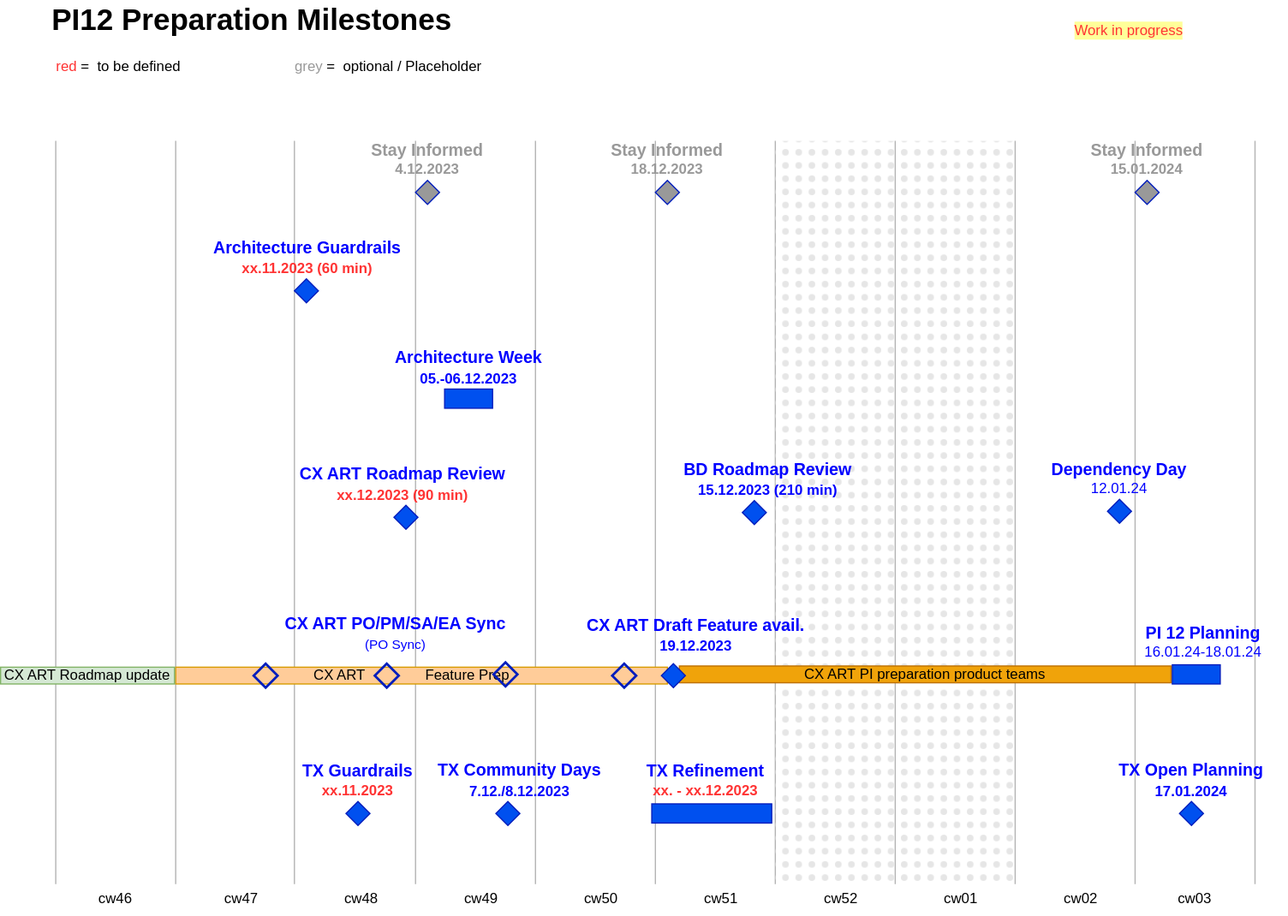
Before: PI12-Preparation-Timeline.drawio.svg, a diagram exported from draw.io (mabige/scratchpad). Source tidied: cells renumbered, new cells last; positions are measured from the earlier drawing's top-left corner, leaving out a move shared by most shapes.
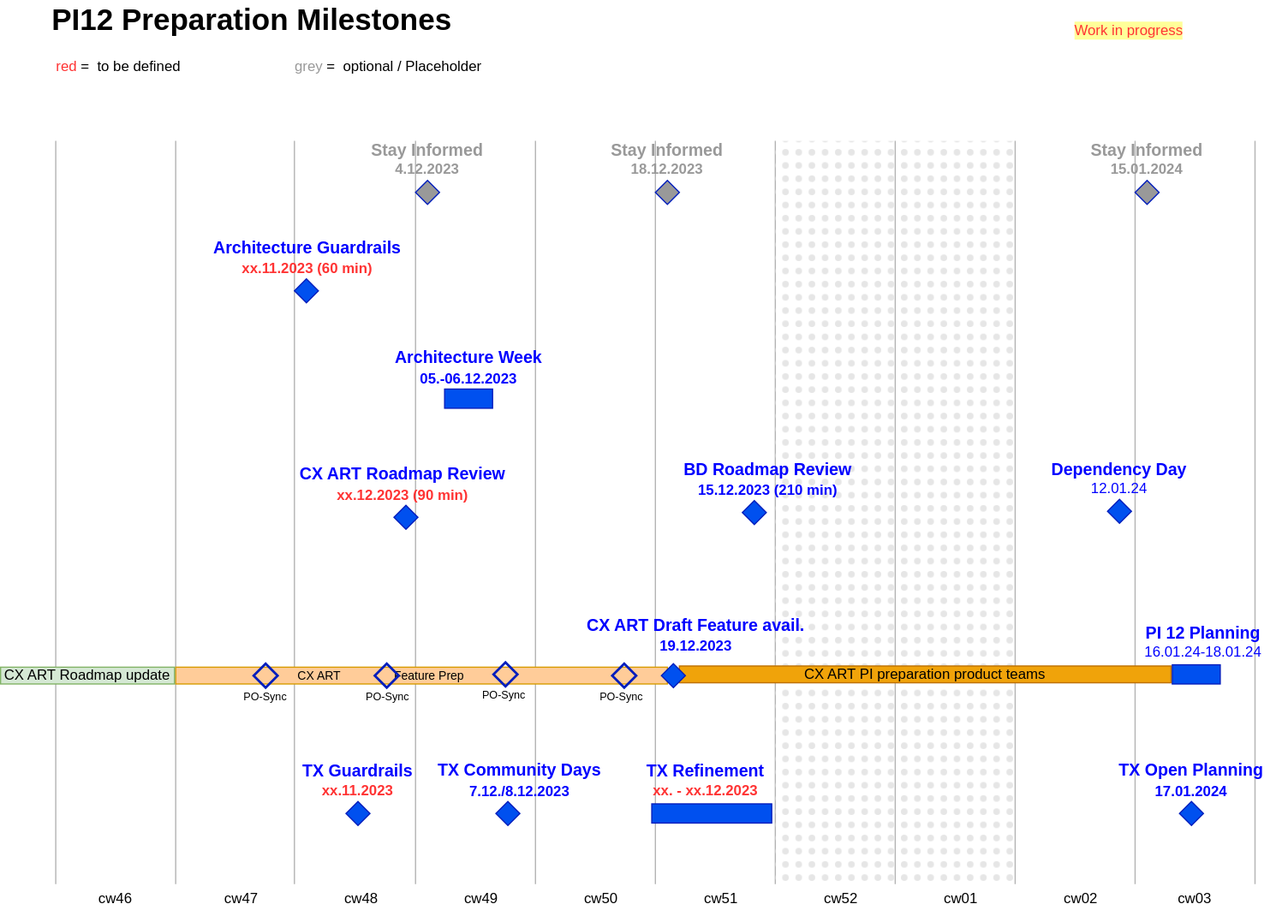
The same file after the commit.

Change to the diagram source:
```diff
@@ -179,9 +179,6 @@
     <mxCell id="49" style="rhombus;whiteSpace=wrap;html=1;fillColor=#0050ef;fontColor=#ffffff;strokeColor=#001DBC;" parent="1" vertex="1">
       <mxGeometry x="413" y="668" width="20" height="20" as="geometry" />
     </mxCell>
-    <mxCell id="50" value="&lt;div&gt;&lt;font style=&quot;font-size: 14px;&quot;&gt;CX ART PO/PM/SA/EA Sync&lt;/font&gt;&lt;font style=&quot;font-size: 14px;&quot;&gt;&lt;br&gt;&lt;/font&gt;&lt;font size=&quot;1&quot;&gt;&lt;span style=&quot;font-weight: normal; font-size: 11px;&quot;&gt;(PO Sync)&lt;/span&gt;&lt;/font&gt;&lt;font style=&quot;font-size: 14px;&quot;&gt;&lt;br&gt;&lt;/font&gt;&lt;font color=&quot;#ff3333&quot; style=&quot;font-size: 12px;&quot;&gt;&lt;font style=&quot;font-size: 12px;&quot;&gt;&lt;br&gt;&lt;/font&gt;&lt;/font&gt;&lt;/div&gt;" style="text;html=1;strokeColor=none;fillColor=none;align=center;verticalAlign=middle;whiteSpace=wrap;rounded=0;fontStyle=1;fontColor=#0000FF;" parent="1" vertex="1">
-      <mxGeometry x="227" y="520" width="205" height="30" as="geometry" />
-    </mxCell>
     <mxCell id="51" value="&lt;div style=&quot;font-size: 14px;&quot;&gt;CX ART Draft Feature&lt;font style=&quot;font-size: 14px;&quot;&gt; avail.&lt;br&gt;&lt;/font&gt;&lt;font style=&quot;font-size: 12px;&quot;&gt;19.12.2023&lt;font style=&quot;font-size: 12px;&quot;&gt;&lt;br&gt;&lt;/font&gt;&lt;/font&gt;&lt;/div&gt;" style="text;html=1;strokeColor=none;fillColor=none;align=center;verticalAlign=middle;whiteSpace=wrap;rounded=0;fontStyle=1;fontColor=#0000FF;" parent="1" vertex="1">
       <mxGeometry x="470" y="514" width="220" height="30" as="geometry" />
     </mxCell>
@@ -197,7 +194,7 @@
     <mxCell id="55" value="CX ART PI preparation product teams" style="rounded=0;whiteSpace=wrap;html=1;fillColor=#f0a30a;fontColor=#000000;strokeColor=#BD7000;" parent="1" vertex="1">
       <mxGeometry x="566" y="555" width="410" height="14" as="geometry" />
     </mxCell>
-    <mxCell id="56" value="&lt;div align=&quot;left&quot;&gt;&amp;nbsp;&amp;nbsp;&amp;nbsp;&amp;nbsp;&amp;nbsp;&amp;nbsp;&amp;nbsp;&amp;nbsp;&amp;nbsp;&amp;nbsp;&amp;nbsp;&amp;nbsp;&amp;nbsp;&amp;nbsp;&amp;nbsp;&amp;nbsp;&amp;nbsp;&amp;nbsp;&amp;nbsp;&amp;nbsp;&amp;nbsp;&amp;nbsp;&amp;nbsp;&amp;nbsp;&amp;nbsp;&amp;nbsp;&amp;nbsp;&amp;nbsp;&amp;nbsp;&amp;nbsp;&amp;nbsp;&amp;nbsp;&amp;nbsp; CX ART&amp;nbsp; &amp;nbsp; &amp;nbsp; &amp;nbsp; &amp;nbsp; &amp;nbsp;&amp;nbsp;&amp;nbsp;&amp;nbsp; Feature Prep&lt;/div&gt;" style="rounded=0;whiteSpace=wrap;html=1;fillColor=#FFCC99;strokeColor=#d79b00;align=left;" parent="1" vertex="1">
+    <mxCell id="56" value="&lt;div align=&quot;left&quot;&gt;&lt;font style=&quot;font-size: 10px;&quot;&gt;&amp;nbsp;&amp;nbsp;&amp;nbsp;&amp;nbsp;&amp;nbsp;&amp;nbsp;&amp;nbsp;&amp;nbsp;&amp;nbsp;&amp;nbsp;&amp;nbsp;&amp;nbsp;&amp;nbsp;&amp;nbsp;&amp;nbsp;&amp;nbsp;&amp;nbsp;&amp;nbsp;&amp;nbsp;&amp;nbsp;&amp;nbsp;&amp;nbsp;&amp;nbsp;&amp;nbsp;&amp;nbsp;&amp;nbsp;&amp;nbsp;&amp;nbsp;&amp;nbsp;&amp;nbsp;&amp;nbsp;&amp;nbsp;&amp;nbsp;&amp;nbsp;&amp;nbsp; CX ART&amp;nbsp;&amp;nbsp;&amp;nbsp;&amp;nbsp;&amp;nbsp;&amp;nbsp;&amp;nbsp;&amp;nbsp;&amp;nbsp;&amp;nbsp;&amp;nbsp;&amp;nbsp;&amp;nbsp;&amp;nbsp;&amp;nbsp; Feature Prep&lt;/font&gt;&lt;/div&gt;" style="rounded=0;whiteSpace=wrap;html=1;fillColor=#FFCC99;strokeColor=#d79b00;align=left;" parent="1" vertex="1">
       <mxGeometry x="146" y="556" width="410" height="14" as="geometry" />
     </mxCell>
     <mxCell id="57" style="rhombus;whiteSpace=wrap;html=1;fillColor=#0050ef;fontColor=#ffffff;strokeColor=#001DBC;" parent="1" vertex="1">
@@ -227,5 +224,17 @@
     <mxCell id="65" style="rhombus;whiteSpace=wrap;html=1;fillColor=none;fontColor=#ffffff;strokeColor=#001DBC;strokeWidth=2;" parent="1" vertex="1">
       <mxGeometry x="211" y="553" width="20" height="20" as="geometry" />
     </mxCell>
+    <mxCell id="66" value="&lt;font style=&quot;font-size: 9px;&quot;&gt;PO-Sync&lt;/font&gt;" style="text;html=1;strokeColor=none;fillColor=none;align=center;verticalAlign=middle;whiteSpace=wrap;rounded=0;" parent="1" vertex="1">
+      <mxGeometry x="191" y="565" width="60" height="30" as="geometry" />
+    </mxCell>
+    <mxCell id="67" value="&lt;font style=&quot;font-size: 9px;&quot;&gt;PO-Sync&lt;/font&gt;" style="text;html=1;strokeColor=none;fillColor=none;align=center;verticalAlign=middle;whiteSpace=wrap;rounded=0;" parent="1" vertex="1">
+      <mxGeometry x="293" y="565" width="60" height="30" as="geometry" />
+    </mxCell>
+    <mxCell id="68" value="&lt;font style=&quot;font-size: 9px;&quot;&gt;PO-Sync&lt;/font&gt;" style="text;html=1;strokeColor=none;fillColor=none;align=center;verticalAlign=middle;whiteSpace=wrap;rounded=0;" parent="1" vertex="1">
+      <mxGeometry x="390" y="564" width="60" height="30" as="geometry" />
+    </mxCell>
+    <mxCell id="69" value="&lt;font style=&quot;font-size: 9px;&quot;&gt;PO-Sync&lt;/font&gt;" style="text;html=1;strokeColor=none;fillColor=none;align=center;verticalAlign=middle;whiteSpace=wrap;rounded=0;" parent="1" vertex="1">
+      <mxGeometry x="488" y="565" width="60" height="30" as="geometry" />
+    </mxCell>
   </root>
 </mxGraphModel>
```
